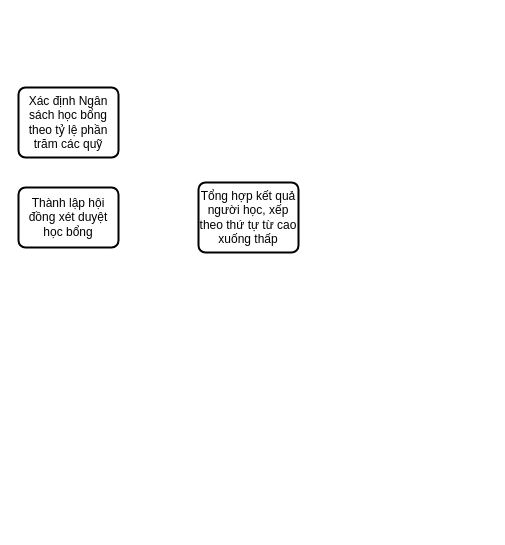
Above: Học bổng.drawio in hype1524/Test (draw.io), before the change. Source tidied: cells renumbered, new cells numbered last; positions are measured from the earlier drawing's top-left corner, leaving out a move shared by most shapes. Both pictures are drawn from the tidied source at 100%, with x=0, y=0 at pixel (18, 87).
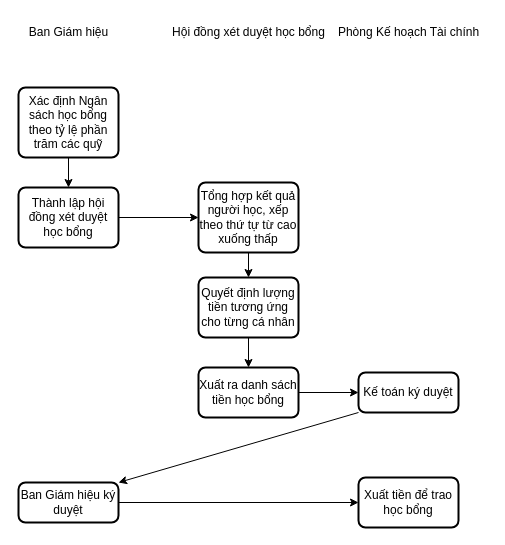
The same diagram, later.

What changed in the source:
```diff
@@
 <mxGraphModel>
   <root>
     <mxCell id="0" />
     <mxCell id="1" parent="0" />
     <mxCell id="2" value="Xác định Ngân sách học bổng theo tỷ lệ phần trăm các quỹ" style="rounded=1;whiteSpace=wrap;html=1;absoluteArcSize=1;arcSize=14;strokeWidth=2;" parent="1" vertex="1">
       <mxGeometry width="100" height="70" as="geometry" />
     </mxCell>
     <mxCell id="3" value="Thành lập hội đồng xét duyệt học bổng" style="rounded=1;whiteSpace=wrap;html=1;absoluteArcSize=1;arcSize=14;strokeWidth=2;" parent="1" vertex="1">
       <mxGeometry y="100" width="100" height="60" as="geometry" />
     </mxCell>
     <mxCell id="4" value="Tổng hợp kết quả người học, xếp theo thứ tự từ cao xuống thấp" style="rounded=1;whiteSpace=wrap;html=1;absoluteArcSize=1;arcSize=14;strokeWidth=2;" parent="1" vertex="1">
       <mxGeometry x="180" y="95" width="100" height="70" as="geometry" />
     </mxCell>
+    <mxCell id="5" value="Quyết định lượng tiền tương ứng cho từng cá nhân" style="rounded=1;whiteSpace=wrap;html=1;absoluteArcSize=1;arcSize=14;strokeWidth=2;" parent="1" vertex="1">
+      <mxGeometry x="180" y="190" width="100" height="60" as="geometry" />
+    </mxCell>
+    <mxCell id="6" value="Xuất ra danh sách tiền học bổng" style="rounded=1;whiteSpace=wrap;html=1;absoluteArcSize=1;arcSize=14;strokeWidth=2;" parent="1" vertex="1">
+      <mxGeometry x="180" y="280" width="100" height="50" as="geometry" />
+    </mxCell>
+    <mxCell id="7" value="Kế toán ký duyệt" style="rounded=1;whiteSpace=wrap;html=1;absoluteArcSize=1;arcSize=14;strokeWidth=2;" parent="1" vertex="1">
+      <mxGeometry x="340" y="285" width="100" height="40" as="geometry" />
+    </mxCell>
+    <mxCell id="8" value="Ban Giám hiệu ký duyệt" style="rounded=1;whiteSpace=wrap;html=1;absoluteArcSize=1;arcSize=14;strokeWidth=2;" parent="1" vertex="1">
+      <mxGeometry y="395" width="100" height="40" as="geometry" />
+    </mxCell>
+    <mxCell id="9" value="Xuất tiền để trao học bổng" style="rounded=1;whiteSpace=wrap;html=1;absoluteArcSize=1;arcSize=14;strokeWidth=2;" parent="1" vertex="1">
+      <mxGeometry x="340" y="390" width="100" height="50" as="geometry" />
+    </mxCell>
+    <mxCell id="10" style="endArrow=classic;html=1;rounded=0;exitX=0.5;exitY=1;exitDx=0;exitDy=0;entryX=0.5;entryY=0;entryDx=0;entryDy=0;" parent="1" edge="1" source="2" target="3">
+      <mxGeometry relative="1" as="geometry" />
+    </mxCell>
+    <mxCell id="11" style="endArrow=classic;html=1;rounded=0;exitX=1;exitY=0.5;exitDx=0;exitDy=0;entryX=0;entryY=0.5;entryDx=0;entryDy=0;" parent="1" edge="1" source="3" target="4">
+      <mxGeometry relative="1" as="geometry" />
+    </mxCell>
+    <mxCell id="12" style="endArrow=classic;html=1;rounded=0;exitX=0.5;exitY=1;exitDx=0;exitDy=0;entryX=0.5;entryY=0;entryDx=0;entryDy=0;" parent="1" edge="1" source="4" target="5">
+      <mxGeometry relative="1" as="geometry" />
+    </mxCell>
+    <mxCell id="13" style="endArrow=classic;html=1;rounded=0;exitX=0.5;exitY=1;exitDx=0;exitDy=0;entryX=0.5;entryY=0;entryDx=0;entryDy=0;" parent="1" edge="1" source="5" target="6">
+      <mxGeometry relative="1" as="geometry" />
+    </mxCell>
+    <mxCell id="14" style="endArrow=classic;html=1;rounded=0;exitX=1;exitY=0.5;exitDx=0;exitDy=0;entryX=0;entryY=0.5;entryDx=0;entryDy=0;" parent="1" edge="1" source="6" target="7">
+      <mxGeometry relative="1" as="geometry" />
+    </mxCell>
+    <mxCell id="15" style="endArrow=classic;html=1;rounded=0;exitX=0;exitY=1;exitDx=0;exitDy=0;entryX=1;entryY=0;entryDx=0;entryDy=0;" parent="1" edge="1" source="7" target="8">
+      <mxGeometry relative="1" as="geometry" />
+    </mxCell>
+    <mxCell id="16" style="endArrow=classic;html=1;rounded=0;exitX=1;exitY=0.5;exitDx=0;exitDy=0;entryX=0;entryY=0.5;entryDx=0;entryDy=0;" parent="1" edge="1" source="8" target="9">
+      <mxGeometry relative="1" as="geometry" />
+    </mxCell>
+    <mxCell id="17" value="Ban Giám hiệu" style="text;html=1;align=center;verticalAlign=middle;strokeColor=none;fillColor=none;" parent="1" vertex="1">
+      <mxGeometry y="-70" width="100" height="30" as="geometry" />
+    </mxCell>
+    <mxCell id="18" value="Hội đồng xét duyệt học bổng" style="text;html=1;align=center;verticalAlign=middle;strokeColor=none;fillColor=none;" parent="1" vertex="1">
+      <mxGeometry x="140" y="-70" width="180" height="30" as="geometry" />
+    </mxCell>
+    <mxCell id="19" value="Phòng Kế hoạch Tài chính" style="text;html=1;align=center;verticalAlign=middle;strokeColor=none;fillColor=none;" parent="1" vertex="1">
+      <mxGeometry x="310" y="-70" width="160" height="30" as="geometry" />
+    </mxCell>
   </root>
 </mxGraphModel>
```
